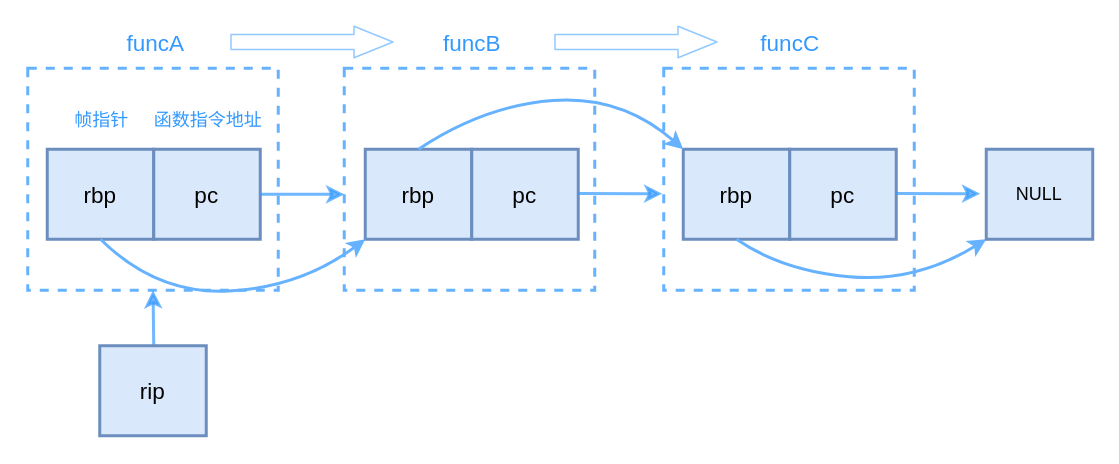
Before: Untitled Diagram.drawio in FengyunSky/pic, a draw.io diagram. Source tidied: cells renumbered, new cells numbered last; positions are measured from the earlier drawing's top-left corner, leaving out a move shared by most shapes. Both pictures are drawn from the tidied source at 150%, with x=0, y=0 at pixel (27, 26).
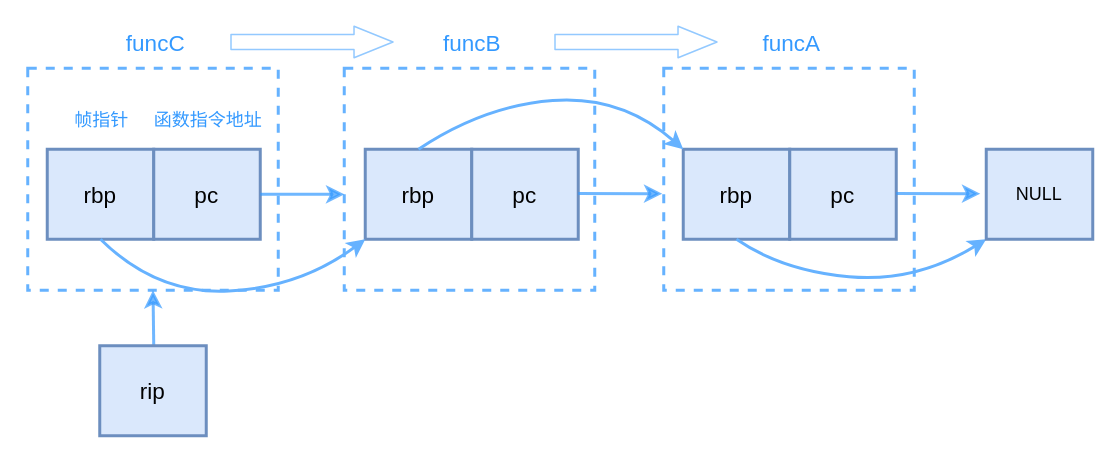
The same page after the edit.

What changed in the source:
```diff
@@
-    <mxCell id="3" value="funcC" style="text;html=1;align=center;verticalAlign=middle;fontColor=#3399FF;fontSize=15;" parent="1" vertex="1">
-      <mxGeometry x="483.5" width="49" height="22" as="geometry" />
+    <mxCell id="3" value="funcA" style="text;html=1;align=center;verticalAlign=middle;fontColor=#3399FF;fontSize=15;" parent="1" vertex="1">
+      <mxGeometry x="484.5" width="48" height="22" as="geometry" />
     </mxCell>
@@
-    <mxCell id="20" value="funcA" style="text;html=1;align=center;verticalAlign=middle;fontColor=#3399FF;fontSize=15;" parent="1" vertex="1">
-      <mxGeometry x="60.5" width="48" height="22" as="geometry" />
+    <mxCell id="20" value="funcC" style="text;html=1;align=center;verticalAlign=middle;fontColor=#3399FF;fontSize=15;" parent="1" vertex="1">
+      <mxGeometry x="60.5" width="49" height="22" as="geometry" />
     </mxCell>
```
